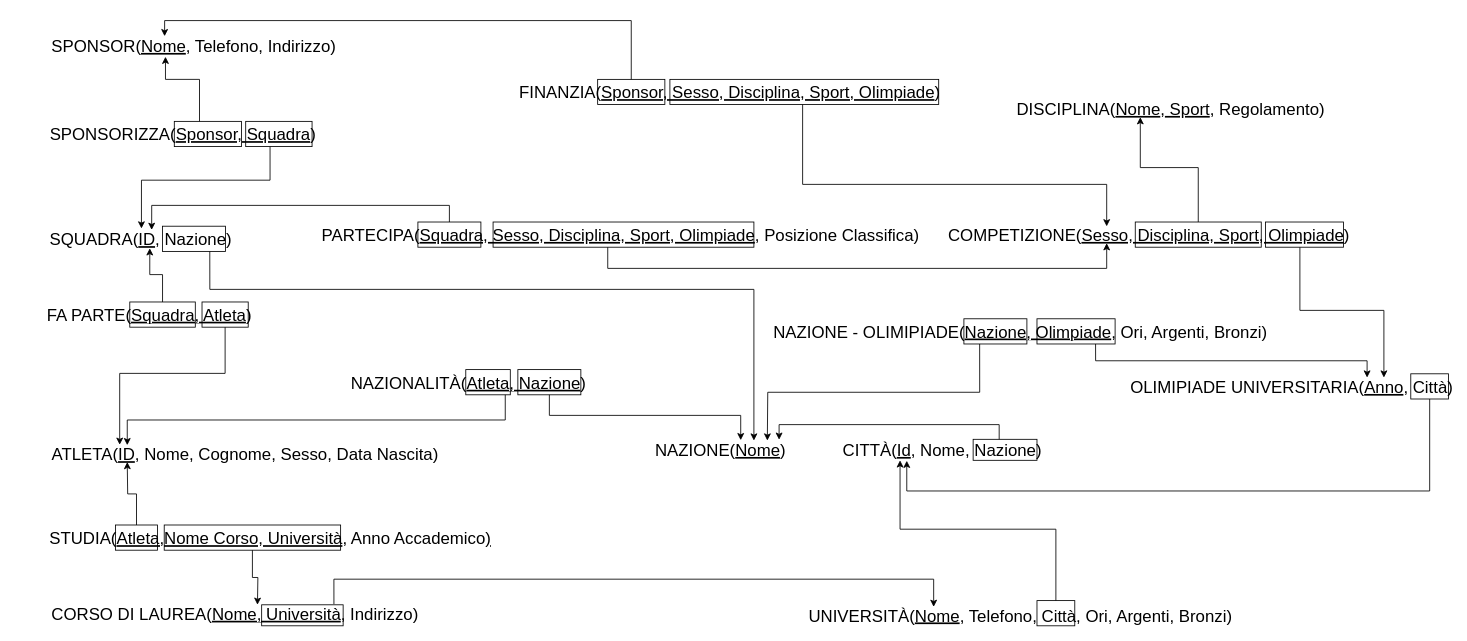
The draw.io diagram page "Schema Logico" (4 of 7) of Olimpiadi studentesche.drawio in giovannivelludo/database-project, before the edit. Source tidied: cells renumbered, new cells numbered last; positions are measured from the earlier drawing's top-left corner, leaving out a move shared by most shapes. Both pictures are drawn from the tidied source at 84%, with x=0, y=0 at pixel (48, 20).
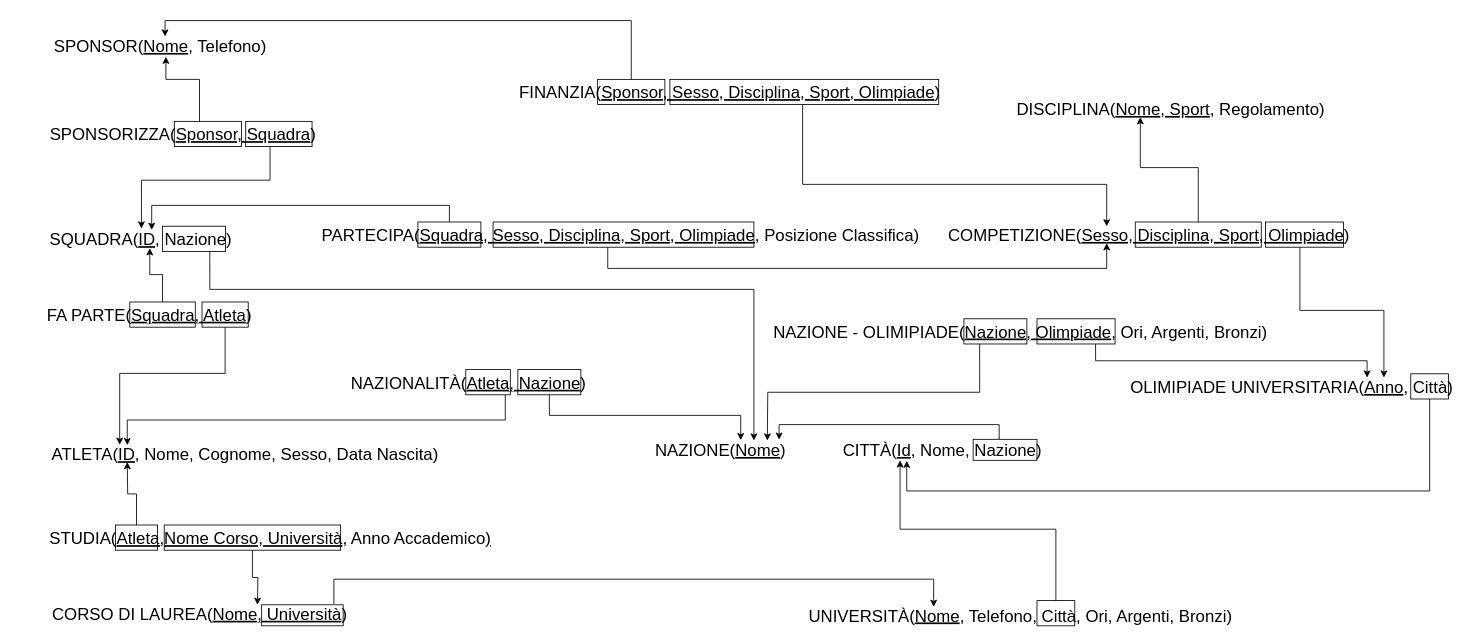
The same diagram, later.

Commit message (it also covers changes not shown here):
tolto attr. indirizzo

The change refers to these unchanged cells:
```xml
<mxCell id="8" style="rounded=0;whiteSpace=wrap;html=1;fontSize=20;labelBackgroundColor=#ffffff;endArrow=classic;fillColor=none;" parent="1" vertex="1">
  <mxGeometry x="150" y="120" width="80" height="30" as="geometry" />
</mxCell>
<mxCell id="52" style="rounded=0;whiteSpace=wrap;html=1;fontSize=20;labelBackgroundColor=#ffffff;endArrow=classic;fillColor=none;" parent="1" vertex="1">
  <mxGeometry x="654" y="70" width="80" height="30" as="geometry" />
</mxCell>
```

The edit, as a diff of the source:
```diff
@@
-    <mxCell id="3" value="&lt;font style=&quot;font-size: 20px&quot;&gt;SPONSOR(&lt;u&gt;Nome&lt;/u&gt;, Telefono, Indirizzo)&lt;/font&gt;" style="text;html=1;align=center;verticalAlign=middle;whiteSpace=wrap;rounded=0;fontSize=20;labelBackgroundColor=none;endArrow=classic;" parent="1" vertex="1">
-      <mxGeometry y="20" width="347" height="20" as="geometry" />
+    <mxCell id="3" value="&lt;font style=&quot;font-size: 20px&quot;&gt;SPONSOR(&lt;u&gt;Nome&lt;/u&gt;, Telefono)&lt;/font&gt;" style="text;html=1;align=center;verticalAlign=middle;whiteSpace=wrap;rounded=0;fontSize=20;labelBackgroundColor=none;endArrow=classic;" parent="1" vertex="1">
+      <mxGeometry x="-40" y="20" width="347" height="20" as="geometry" />
     </mxCell>
@@
-    <mxCell id="7" style="edgeStyle=orthogonalEdgeStyle;rounded=0;jettySize=auto;html=1;fontSize=20;entryX=0.402;entryY=1.151;entryDx=0;entryDy=0;entryPerimeter=0;labelBackgroundColor=#ffffff;fontColor=#000000;" parent="1" edge="1" source="8" target="3">
+    <mxCell id="7" style="edgeStyle=orthogonalEdgeStyle;rounded=0;jettySize=auto;html=1;fontSize=20;labelBackgroundColor=#ffffff;fontColor=#000000;" parent="1" edge="1" source="8">
       <mxGeometry relative="1" as="geometry">
+        <mxPoint x="140" y="43" as="targetPoint" />
         <Array as="points">
           <mxPoint x="180" y="70" />
           <mxPoint x="140" y="70" />
         </Array>
       </mxGeometry>
     </mxCell>
@@
-    <mxCell id="32" value="CORSO DI LAUREA(&lt;u&gt;Nome,&amp;nbsp;Università&lt;/u&gt;,&amp;nbsp;Indirizzo)" style="text;html=1;align=center;verticalAlign=middle;rounded=0;fontSize=20;labelBackgroundColor=none;endArrow=classic;" parent="1" vertex="1">
-      <mxGeometry x="202" y="695.5" width="40" height="20" as="geometry" />
+    <mxCell id="32" value="CORSO DI LAUREA(&lt;u&gt;Nome,&amp;nbsp;Università&lt;/u&gt;)" style="text;html=1;align=center;verticalAlign=middle;rounded=0;fontSize=20;labelBackgroundColor=none;endArrow=classic;" parent="1" vertex="1">
+      <mxGeometry x="160" y="695.5" width="40" height="20" as="geometry" />
     </mxCell>
@@
-    <mxCell id="51" style="edgeStyle=orthogonalEdgeStyle;rounded=0;jettySize=auto;html=1;fontSize=20;fontColor=none;entryX=0.399;entryY=-0.069;entryDx=0;entryDy=0;entryPerimeter=0;labelBackgroundColor=none;noLabel=1;" parent="1" edge="1" source="52" target="3">
+    <mxCell id="51" style="edgeStyle=orthogonalEdgeStyle;rounded=0;jettySize=auto;html=1;fontSize=20;fontColor=none;labelBackgroundColor=none;noLabel=1;" parent="1" edge="1" source="52">
       <mxGeometry relative="1" as="geometry">
+        <mxPoint x="139" y="19" as="targetPoint" />
         <Array as="points">
           <mxPoint x="694" />
           <mxPoint x="139" />
         </Array>
       </mxGeometry>
     </mxCell>
```
